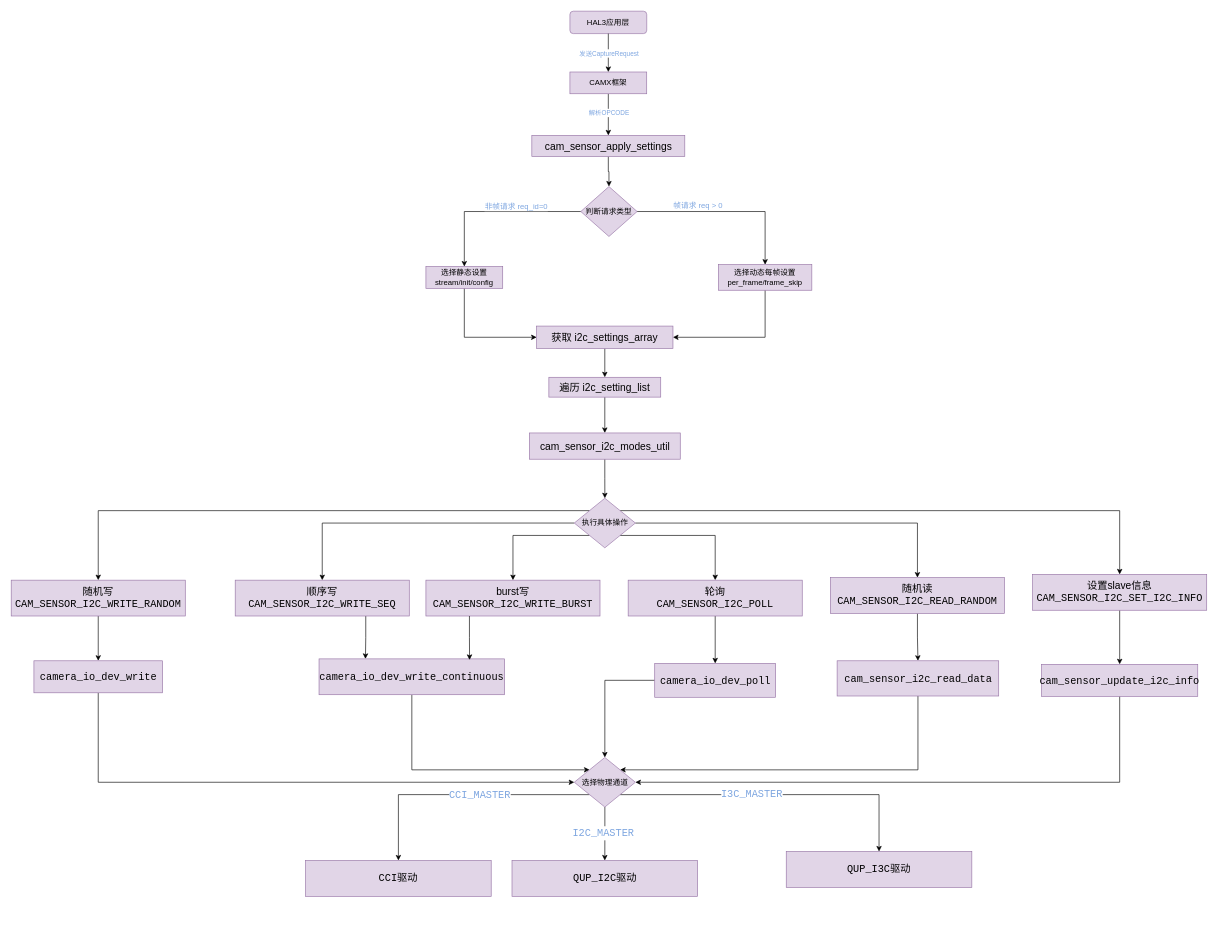
Before: camera_sensor_i2c.drawio in Yancy35/mydrawnote, a draw.io diagram. Source tidied: cells renumbered, new cells numbered last; positions are measured from the earlier drawing's top-left corner, leaving out a move shared by most shapes. Both pictures are drawn from the tidied source at 64%, with x=0, y=0 at pixel (11, 11).
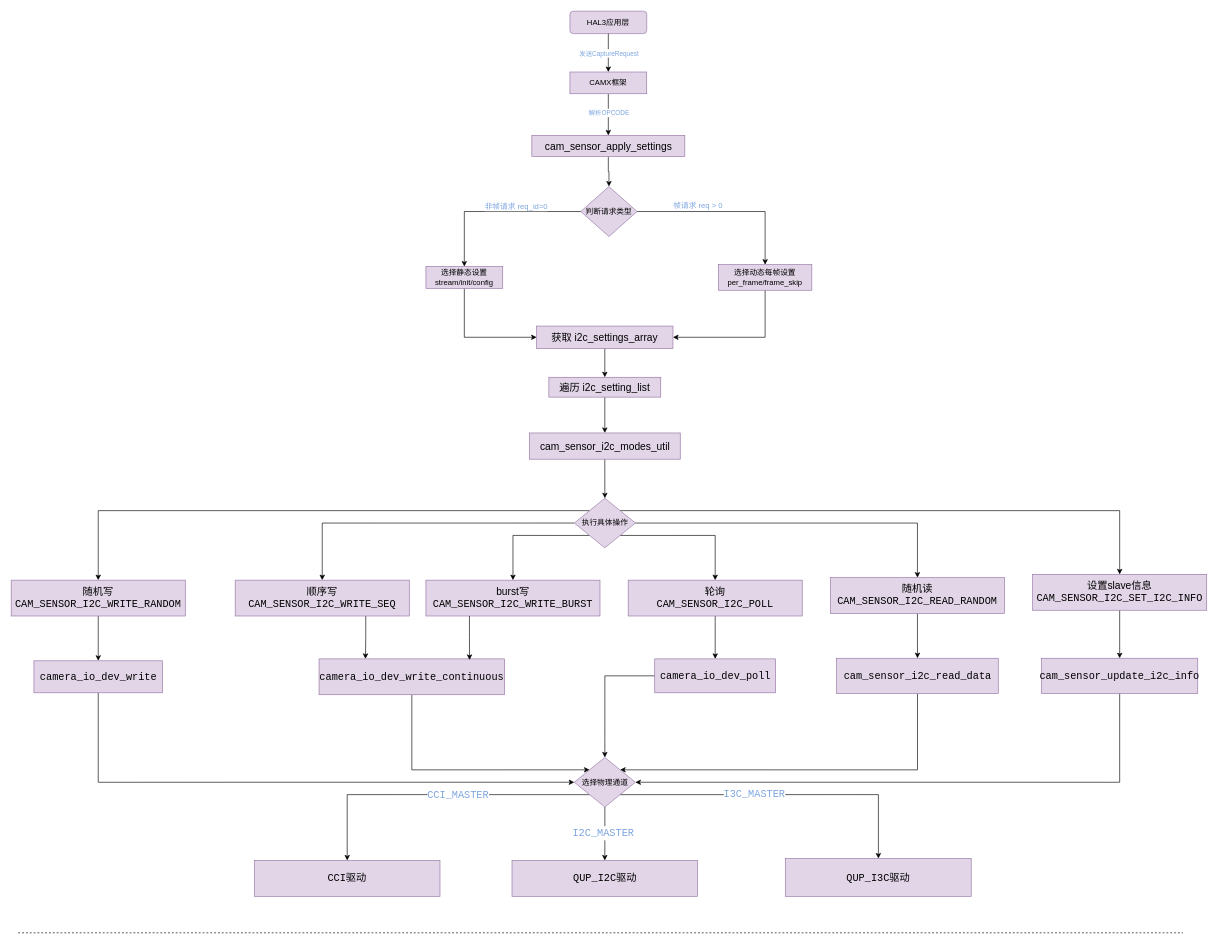
The same page after the edit.

The edit, as a diff of the source:
```diff
@@
     <mxCell id="48" value="&lt;div style=&quot;font-family: Consolas, &amp;quot;Courier New&amp;quot;, monospace; font-size: 16px; line-height: 22px; white-space: pre;&quot;&gt;&lt;span&gt;&lt;font style=&quot;color: rgb(0, 0, 0);&quot;&gt;camera_io_dev_poll&lt;/font&gt;&lt;/span&gt;&lt;/div&gt;" style="whiteSpace=wrap;html=1;fillColor=#e1d5e7;strokeColor=#9673a6;rounded=0;" parent="1" vertex="1">
-      <mxGeometry x="1005.5" y="1019" width="189" height="53" as="geometry" />
+      <mxGeometry x="1005.5" y="1012" width="189" height="53" as="geometry" />
     </mxCell>
@@
     <mxCell id="50" value="&lt;div style=&quot;font-family: Consolas, &amp;quot;Courier New&amp;quot;, monospace; font-size: 16px; line-height: 22px; white-space: pre;&quot;&gt;&lt;span&gt;&lt;font style=&quot;color: rgb(0, 0, 0);&quot;&gt;cam_sensor_i2c_read_data&lt;/font&gt;&lt;/span&gt;&lt;/div&gt;" style="whiteSpace=wrap;html=1;fillColor=#e1d5e7;strokeColor=#9673a6;rounded=0;" parent="1" vertex="1">
-      <mxGeometry x="1290.5" y="1015" width="252.5" height="55" as="geometry" />
+      <mxGeometry x="1289.8" y="1011" width="252.5" height="55" as="geometry" />
     </mxCell>
@@
     <mxCell id="52" value="&lt;div style=&quot;font-family: Consolas, &amp;quot;Courier New&amp;quot;, monospace; font-size: 16px; line-height: 22px; white-space: pre;&quot;&gt;&lt;span&gt;&lt;font style=&quot;color: rgb(0, 0, 0);&quot;&gt;cam_sensor_update_i2c_info&lt;/font&gt;&lt;/span&gt;&lt;/div&gt;" style="whiteSpace=wrap;html=1;fillColor=#e1d5e7;strokeColor=#9673a6;rounded=0;" parent="1" vertex="1">
-      <mxGeometry x="1610" y="1020.5" width="244" height="50" as="geometry" />
+      <mxGeometry x="1610" y="1011" width="244" height="55" as="geometry" />
     </mxCell>
@@
     <mxCell id="60" value="&lt;div style=&quot;font-family: Consolas, &amp;quot;Courier New&amp;quot;, monospace; font-size: 16px; line-height: 22px; white-space: pre;&quot;&gt;&lt;span&gt;&lt;font style=&quot;color: rgb(0, 0, 0);&quot;&gt;CCI驱动&lt;/font&gt;&lt;/span&gt;&lt;/div&gt;" style="whiteSpace=wrap;html=1;fillColor=#e1d5e7;strokeColor=#9673a6;rounded=0;" parent="1" vertex="1">
-      <mxGeometry x="460" y="1327" width="290" height="56" as="geometry" />
+      <mxGeometry x="380" y="1327" width="290" height="56" as="geometry" />
     </mxCell>
@@
     <mxCell id="62" value="&lt;div style=&quot;font-family: Consolas, &amp;quot;Courier New&amp;quot;, monospace; font-size: 16px; line-height: 22px; white-space: pre;&quot;&gt;&lt;span&gt;&lt;font style=&quot;color: rgb(0, 0, 0);&quot;&gt;QUP_I3C驱动&lt;/font&gt;&lt;/span&gt;&lt;/div&gt;" style="whiteSpace=wrap;html=1;fillColor=#e1d5e7;strokeColor=#9673a6;rounded=0;" parent="1" vertex="1">
-      <mxGeometry x="1211" y="1313" width="290" height="56" as="geometry" />
+      <mxGeometry x="1210" y="1324" width="290" height="59" as="geometry" />
     </mxCell>
@@
+    <mxCell id="64" style="endArrow=none;dashed=1;html=1;rounded=0;" parent="1" edge="1">
+      <mxGeometry relative="1" as="geometry">
+        <mxPoint x="11" y="1440" as="sourcePoint" />
+        <mxPoint x="1831" y="1440" as="targetPoint" />
+      </mxGeometry>
+    </mxCell>
```
